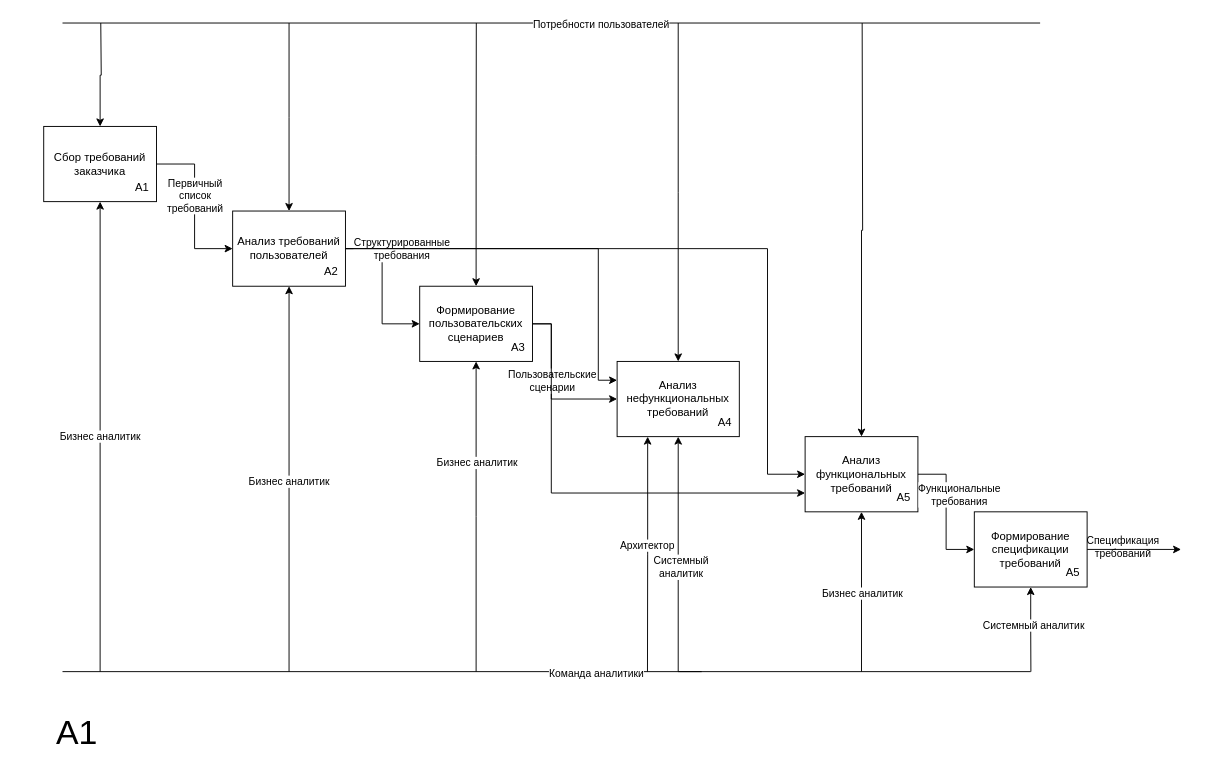
This is page "Диаграмма декомпозиции А1" (3 of 8) of Диаграмма без названия.drawio from LEOVBOX/idef0_mobile_app, a draw.io file, before an edit. Source tidied: cells renumbered, new cells numbered last; positions are measured from the earlier drawing's top-left corner, leaving out a move shared by most shapes. Both pictures are drawn from the tidied source at 94%, with x=0, y=0 at pixel (16, 23).
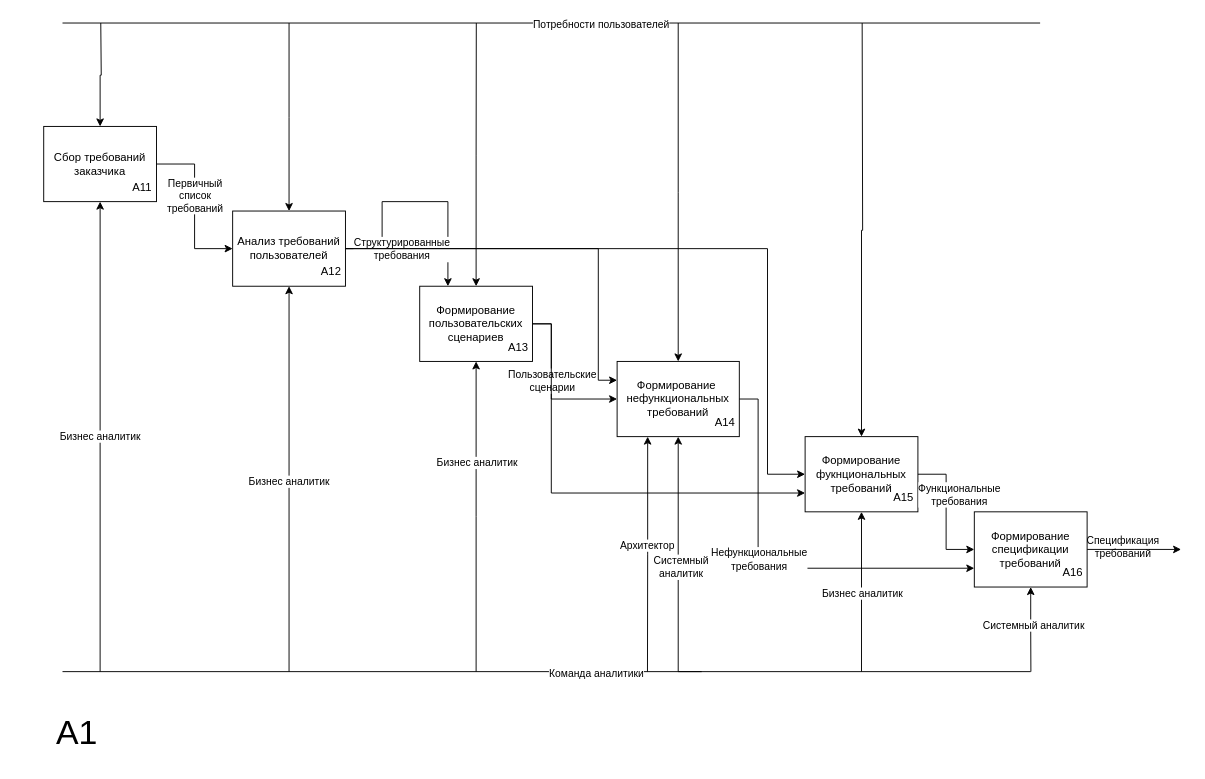
Above is the later version.

Unchanged cells that the change refers to:
```xml
<mxCell id="3" style="group;verticalAlign=top;" parent="1" vertex="1">
  <mxGeometry x="29" y="110" width="120" height="80" as="geometry" />
</mxCell>
<mxCell id="8" style="group;" parent="1" vertex="1">
  <mxGeometry x="230" y="200" width="120" height="80" as="geometry" />
</mxCell>
<mxCell id="12" style="group;" parent="1" vertex="1">
  <mxGeometry x="429" y="280" width="120" height="80" as="geometry" />
</mxCell>
<mxCell id="16" value="Формирование пользовательских сценариев" style="rounded=0;whiteSpace=wrap;html=1;fillColor=none;" parent="12" vertex="1">
  <mxGeometry width="120" height="80" as="geometry" />
</mxCell>
<mxCell id="18" style="group;" parent="1" vertex="1">
  <mxGeometry x="669" y="360" width="130" height="80" as="geometry" />
</mxCell>
<mxCell id="25" style="group;" parent="24" vertex="1">
  <mxGeometry width="120" height="80" as="geometry" />
</mxCell>
<mxCell id="48" style="group;" parent="47" vertex="1">
  <mxGeometry width="120" height="80" as="geometry" />
</mxCell>
<mxCell id="54" value="Формирование спецификации требований" style="rounded=0;whiteSpace=wrap;html=1;fillColor=none;" parent="48" vertex="1">
  <mxGeometry width="120" height="80" as="geometry" />
</mxCell>
```

The edit, as a diff of the source:
```diff
@@
-    <mxCell id="7" value="A1" style="text;html=1;whiteSpace=wrap;strokeColor=none;fillColor=none;align=center;verticalAlign=middle;rounded=0;" parent="3" vertex="1">
+    <mxCell id="7" value="A11" style="text;html=1;whiteSpace=wrap;strokeColor=none;fillColor=none;align=center;verticalAlign=middle;rounded=0;" parent="3" vertex="1">
       <mxGeometry x="90" y="50" width="30" height="30" as="geometry" />
     </mxCell>
@@
-    <mxCell id="11" value="A2" style="text;html=1;whiteSpace=wrap;strokeColor=none;fillColor=none;align=center;verticalAlign=middle;rounded=0;" parent="8" vertex="1">
+    <mxCell id="11" value="A12" style="text;html=1;whiteSpace=wrap;strokeColor=none;fillColor=none;align=center;verticalAlign=middle;rounded=0;" parent="8" vertex="1">
       <mxGeometry x="90" y="50" width="30" height="30" as="geometry" />
     </mxCell>
@@
-    <mxCell id="17" value="A3" style="text;html=1;whiteSpace=wrap;strokeColor=none;fillColor=none;align=center;verticalAlign=middle;rounded=0;" parent="12" vertex="1">
+    <mxCell id="17" value="A13" style="text;html=1;whiteSpace=wrap;strokeColor=none;fillColor=none;align=center;verticalAlign=middle;rounded=0;" parent="12" vertex="1">
       <mxGeometry x="90" y="50" width="30" height="30" as="geometry" />
     </mxCell>
@@
-    <mxCell id="22" value="Анализ нефункциональных требований" style="rounded=0;whiteSpace=wrap;html=1;fillColor=none;" parent="18" vertex="1">
+    <mxCell id="22" value="Формирование&amp;nbsp;&lt;div&gt;нефункциональных&lt;/div&gt;&lt;div&gt;требований&lt;/div&gt;" style="rounded=0;whiteSpace=wrap;html=1;fillColor=none;" parent="18" vertex="1">
       <mxGeometry x="-30" width="130" height="80" as="geometry" />
     </mxCell>
-    <mxCell id="23" value="A4" style="text;html=1;whiteSpace=wrap;strokeColor=none;fillColor=none;align=center;verticalAlign=middle;rounded=0;" parent="18" vertex="1">
+    <mxCell id="23" value="A14" style="text;html=1;whiteSpace=wrap;strokeColor=none;fillColor=none;align=center;verticalAlign=middle;rounded=0;" parent="18" vertex="1">
       <mxGeometry x="70" y="50" width="30" height="30" as="geometry" />
     </mxCell>
@@
-    <mxCell id="29" value="Анализ функциональных требований" style="rounded=0;whiteSpace=wrap;html=1;fillColor=none;" parent="25" vertex="1">
+    <mxCell id="29" value="Формирование фукнциональных требований" style="rounded=0;whiteSpace=wrap;html=1;fillColor=none;" parent="25" vertex="1">
       <mxGeometry width="120" height="80" as="geometry" />
     </mxCell>
-    <mxCell id="30" value="A5" style="text;html=1;whiteSpace=wrap;strokeColor=none;fillColor=none;align=center;verticalAlign=middle;rounded=0;" parent="25" vertex="1">
+    <mxCell id="30" value="A15" style="text;html=1;whiteSpace=wrap;strokeColor=none;fillColor=none;align=center;verticalAlign=middle;rounded=0;" parent="25" vertex="1">
       <mxGeometry x="90" y="50" width="30" height="30" as="geometry" />
     </mxCell>
@@
-    <mxCell id="40" style="edgeStyle=orthogonalEdgeStyle;rounded=0;jettySize=auto;html=1;entryX=0;entryY=0.5;entryDx=0;entryDy=0;" parent="1" edge="1" target="16">
+    <mxCell id="40" style="edgeStyle=orthogonalEdgeStyle;rounded=0;jettySize=auto;html=1;entryX=0.25;entryY=0;entryDx=0;entryDy=0;" parent="1" edge="1" target="16">
       <mxGeometry relative="1" as="geometry">
         <mxPoint x="350" y="240" as="sourcePoint" />
         <Array as="points">
           <mxPoint x="389" y="240" />
-          <mxPoint x="389" y="320" />
+          <mxPoint x="389" y="190" />
+          <mxPoint x="459" y="190" />
         </Array>
       </mxGeometry>
     </mxCell>
     <mxCell id="41" value="Структурированные&lt;div&gt;требования&lt;/div&gt;" style="edgeLabel;html=1;align=center;verticalAlign=middle;" parent="40" vertex="1">
       <mxGeometry x="-0.19" y="-1" relative="1" as="geometry">
-        <mxPoint x="21" y="-25" as="offset" />
+        <mxPoint x="8" y="49" as="offset" />
       </mxGeometry>
     </mxCell>
@@
-    <mxCell id="55" value="A5" style="text;html=1;whiteSpace=wrap;strokeColor=none;fillColor=none;align=center;verticalAlign=middle;rounded=0;" parent="48" vertex="1">
+    <mxCell id="55" value="A16" style="text;html=1;whiteSpace=wrap;strokeColor=none;fillColor=none;align=center;verticalAlign=middle;rounded=0;" parent="48" vertex="1">
       <mxGeometry x="90" y="50" width="30" height="30" as="geometry" />
     </mxCell>
@@
+    <mxCell id="58" style="edgeStyle=orthogonalEdgeStyle;rounded=0;jettySize=auto;html=1;exitX=1;exitY=0.5;exitDx=0;exitDy=0;entryX=0;entryY=0.75;entryDx=0;entryDy=0;" parent="1" edge="1" source="22" target="54">
+      <mxGeometry relative="1" as="geometry">
+        <Array as="points">
+          <mxPoint x="789" y="400" />
+          <mxPoint x="789" y="580" />
+        </Array>
+      </mxGeometry>
+    </mxCell>
+    <mxCell id="59" value="Нефункциональные&lt;div&gt;требования&lt;/div&gt;" style="edgeLabel;html=1;align=center;verticalAlign=middle;" parent="58" vertex="1">
+      <mxGeometry x="-0.57" y="-2" relative="1" as="geometry">
+        <mxPoint x="2" y="98" as="offset" />
+      </mxGeometry>
+    </mxCell>
```
